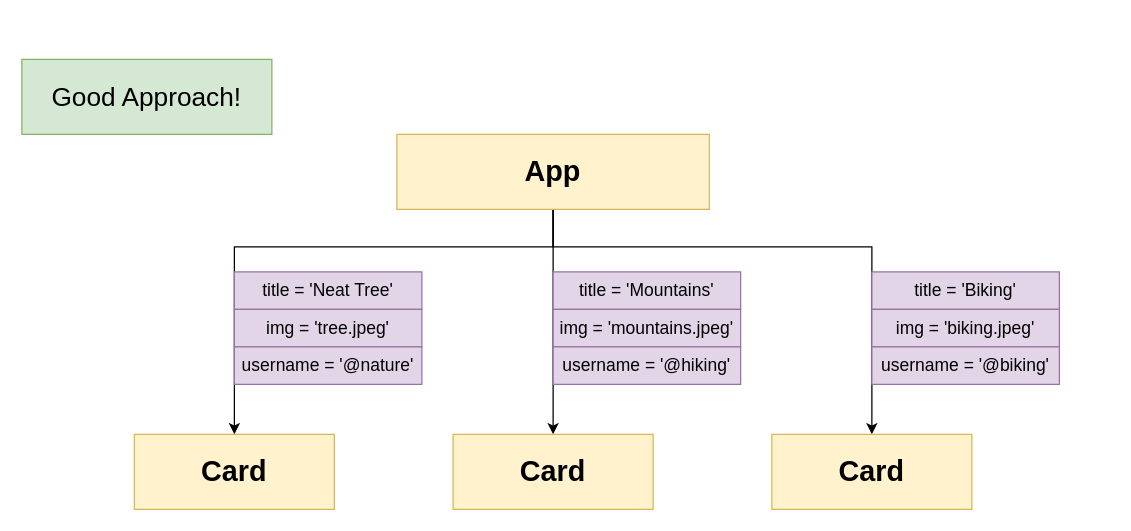
Above: page "21 - binding" (17 of 27) of diagrams/cards/diagrams.drawio in StephenGrider/ng-casts (draw.io), before the change. Source tidied: cells renumbered, new cells numbered last; positions are measured from the earlier drawing's top-left corner, leaving out a move shared by most shapes. Both pictures are drawn from the tidied source at 125%, with x=0, y=0 at pixel (21, 59).
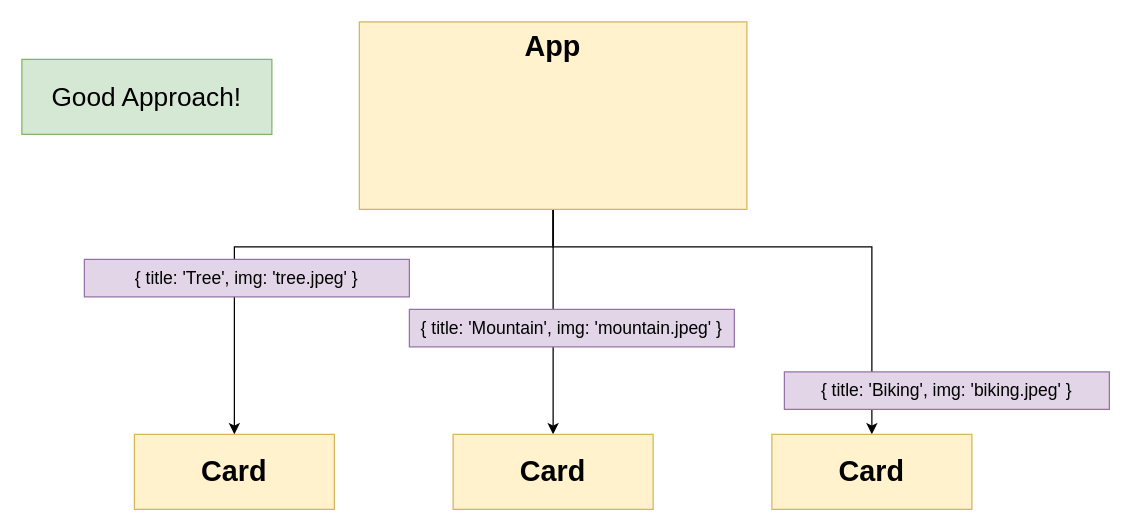
The same page after the edit.

What changed in the source:
```diff
@@
-    <mxCell id="6" value="App" style="rounded=0;whiteSpace=wrap;html=1;shadow=0;strokeWidth=1;fontSize=23;align=center;fillColor=#fff2cc;strokeColor=#d6b656;fontStyle=1;" parent="1" vertex="1">
-      <mxGeometry x="300" y="60" width="250" height="60" as="geometry" />
+    <mxCell id="6" value="App&lt;br&gt;&lt;br&gt;&lt;br&gt;&lt;br&gt;&lt;br&gt;" style="rounded=0;whiteSpace=wrap;html=1;shadow=0;strokeWidth=1;fontSize=23;align=center;fillColor=#fff2cc;strokeColor=#d6b656;fontStyle=1;" parent="1" vertex="1">
+      <mxGeometry x="270" y="-30" width="310" height="150" as="geometry" />
     </mxCell>
@@
-    <mxCell id="10" value="title = 'Neat Tree'" style="rounded=0;whiteSpace=wrap;html=1;shadow=0;strokeWidth=1;fontSize=14;align=center;fillColor=#e1d5e7;strokeColor=#9673a6;fontStyle=0;" parent="1" vertex="1">
-      <mxGeometry x="170" y="170" width="150" height="30" as="geometry" />
+    <mxCell id="10" value="{ title: 'Tree', img: 'tree.jpeg' }" style="rounded=0;whiteSpace=wrap;html=1;shadow=0;strokeWidth=1;fontSize=14;align=center;fillColor=#e1d5e7;strokeColor=#9673a6;fontStyle=0;" parent="1" vertex="1">
+      <mxGeometry x="50" y="160" width="260" height="30" as="geometry" />
     </mxCell>
-    <mxCell id="11" value="img = 'tree.jpeg'" style="rounded=0;whiteSpace=wrap;html=1;shadow=0;strokeWidth=1;fontSize=14;align=center;fillColor=#e1d5e7;strokeColor=#9673a6;fontStyle=0;" parent="1" vertex="1">
-      <mxGeometry x="170" y="200" width="150" height="30" as="geometry" />
-    </mxCell>
-    <mxCell id="12" value="username = '@nature'" style="rounded=0;whiteSpace=wrap;html=1;shadow=0;strokeWidth=1;fontSize=14;align=center;fillColor=#e1d5e7;strokeColor=#9673a6;fontStyle=0;" parent="1" vertex="1">
-      <mxGeometry x="170" y="230" width="150" height="30" as="geometry" />
-    </mxCell>
-    <mxCell id="13" value="title = 'Mountains'" style="rounded=0;whiteSpace=wrap;html=1;shadow=0;strokeWidth=1;fontSize=14;align=center;fillColor=#e1d5e7;strokeColor=#9673a6;fontStyle=0;" parent="1" vertex="1">
-      <mxGeometry x="425" y="170" width="150" height="30" as="geometry" />
-    </mxCell>
-    <mxCell id="14" value="img = 'mountains.jpeg'" style="rounded=0;whiteSpace=wrap;html=1;shadow=0;strokeWidth=1;fontSize=14;align=center;fillColor=#e1d5e7;strokeColor=#9673a6;fontStyle=0;" parent="1" vertex="1">
-      <mxGeometry x="425" y="200" width="150" height="30" as="geometry" />
-    </mxCell>
-    <mxCell id="15" value="username = '@hiking'" style="rounded=0;whiteSpace=wrap;html=1;shadow=0;strokeWidth=1;fontSize=14;align=center;fillColor=#e1d5e7;strokeColor=#9673a6;fontStyle=0;" parent="1" vertex="1">
-      <mxGeometry x="425" y="230" width="150" height="30" as="geometry" />
-    </mxCell>
-    <mxCell id="16" value="title = 'Biking'" style="rounded=0;whiteSpace=wrap;html=1;shadow=0;strokeWidth=1;fontSize=14;align=center;fillColor=#e1d5e7;strokeColor=#9673a6;fontStyle=0;" parent="1" vertex="1">
-      <mxGeometry x="680" y="170" width="150" height="30" as="geometry" />
-    </mxCell>
-    <mxCell id="17" value="img = 'biking.jpeg'" style="rounded=0;whiteSpace=wrap;html=1;shadow=0;strokeWidth=1;fontSize=14;align=center;fillColor=#e1d5e7;strokeColor=#9673a6;fontStyle=0;" parent="1" vertex="1">
-      <mxGeometry x="680" y="200" width="150" height="30" as="geometry" />
-    </mxCell>
-    <mxCell id="18" value="username = '@biking'" style="rounded=0;whiteSpace=wrap;html=1;shadow=0;strokeWidth=1;fontSize=14;align=center;fillColor=#e1d5e7;strokeColor=#9673a6;fontStyle=0;" parent="1" vertex="1">
-      <mxGeometry x="680" y="230" width="150" height="30" as="geometry" />
-    </mxCell>
+    <mxCell id="19" value="{ title: 'Mountain', img: 'mountain.jpeg' }" style="rounded=0;whiteSpace=wrap;html=1;shadow=0;strokeWidth=1;fontSize=14;align=center;fillColor=#e1d5e7;strokeColor=#9673a6;fontStyle=0;" parent="1" vertex="1">
+      <mxGeometry x="310" y="200" width="260" height="30" as="geometry" />
+    </mxCell>
+    <mxCell id="20" value="{ title: 'Biking', img: 'biking.jpeg' }" style="rounded=0;whiteSpace=wrap;html=1;shadow=0;strokeWidth=1;fontSize=14;align=center;fillColor=#e1d5e7;strokeColor=#9673a6;fontStyle=0;" parent="1" vertex="1">
+      <mxGeometry x="610" y="250" width="260" height="30" as="geometry" />
+    </mxCell>
```
